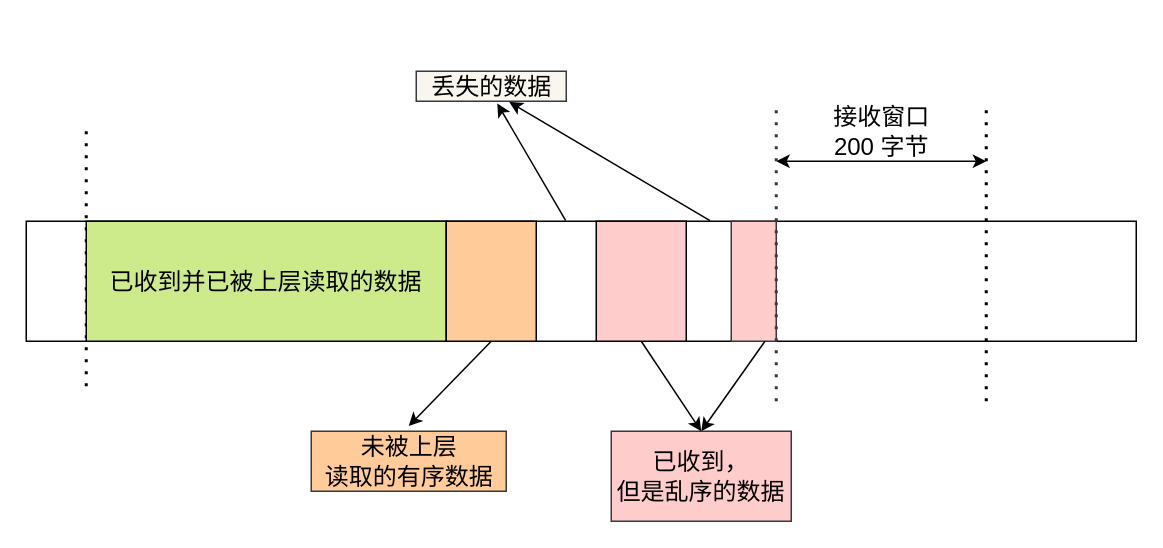
Earlier version of the draw.io diagram 网络/quic/flowcontrol2.drawio (xiaolincoder/ImageHost4). Source tidied: cells renumbered, new cells numbered last; positions are measured from the earlier drawing's top-left corner, leaving out a move shared by most shapes. Both pictures are drawn from the tidied source at 150%, with x=0, y=0 at pixel (26, 70).
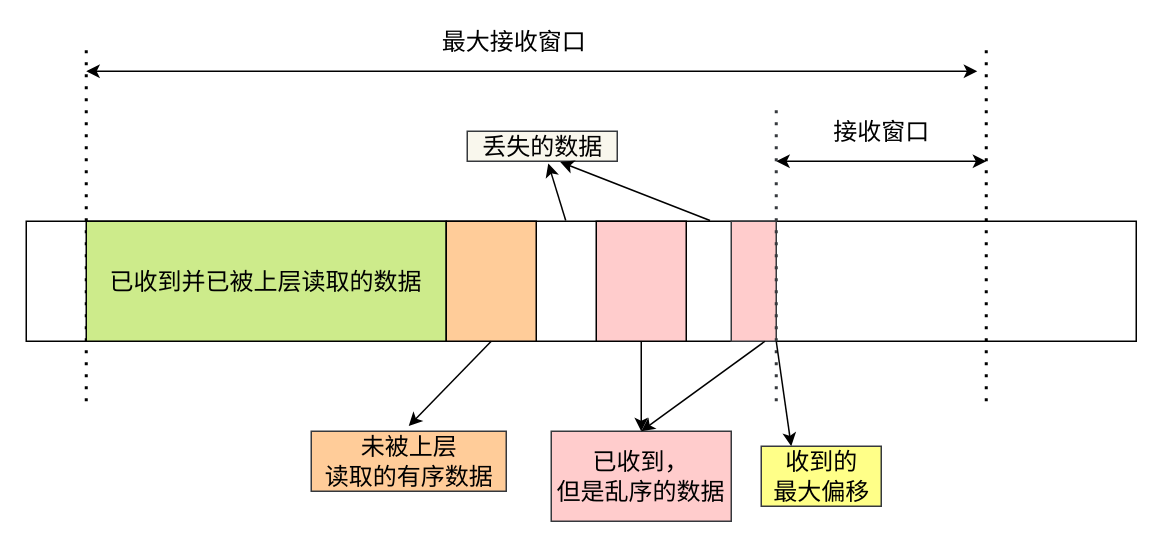
After the change.

Diff of the diagram source:
```diff
@@
     <mxCell id="3" style="endArrow=none;dashed=1;html=1;dashPattern=1 3;strokeWidth=2;rounded=0;" parent="1" edge="1">
       <mxGeometry relative="1" as="geometry">
-        <mxPoint x="40" y="210" as="sourcePoint" />
-        <mxPoint x="40" y="40" as="targetPoint" />
+        <mxPoint x="40" y="220" as="sourcePoint" />
+        <mxPoint x="40" y="-20" as="targetPoint" />
       </mxGeometry>
     </mxCell>
     <mxCell id="4" style="endArrow=none;dashed=1;html=1;dashPattern=1 3;strokeWidth=2;rounded=0;" parent="1" edge="1">
       <mxGeometry relative="1" as="geometry">
         <mxPoint x="640" y="220" as="sourcePoint" />
-        <mxPoint x="640" y="20" as="targetPoint" />
+        <mxPoint x="640" y="-20" as="targetPoint" />
       </mxGeometry>
     </mxCell>
-    <mxCell id="5" value="接收窗口&lt;br&gt;200 字节" style="text;html=1;align=center;verticalAlign=middle;strokeColor=none;fillColor=none;fontSize=16;" parent="1" vertex="1">
-      <mxGeometry x="530" y="20" width="80" height="40" as="geometry" />
+    <mxCell id="5" value="接收窗口" style="text;html=1;align=center;verticalAlign=middle;strokeColor=none;fillColor=none;fontSize=16;" parent="1" vertex="1">
+      <mxGeometry x="530" y="30" width="80" height="20" as="geometry" />
     </mxCell>
@@
     <mxCell id="12" value="丢失的数据" style="text;html=1;align=center;verticalAlign=middle;points=[];strokeColor=#36393d;fillColor=#f9f7ed;fontSize=16;" parent="1" vertex="1">
-      <mxGeometry x="260" width="100" height="20" as="geometry" />
+      <mxGeometry x="294" y="40" width="100" height="20" as="geometry" />
     </mxCell>
@@
     <mxCell id="14" value="已收到，&lt;br&gt;但是乱序的数据" style="rounded=0;whiteSpace=wrap;html=1;fontSize=16;strokeColor=#36393d;fillColor=#ffcccc;" parent="1" vertex="1">
-      <mxGeometry x="390" y="240" width="120" height="60" as="geometry" />
+      <mxGeometry x="350" y="240" width="120" height="60" as="geometry" />
     </mxCell>
@@
+    <mxCell id="20" style="endArrow=classic;startArrow=classic;html=1;rounded=0;fontSize=16;" parent="1" edge="1">
+      <mxGeometry relative="1" as="geometry">
+        <mxPoint x="40" as="sourcePoint" />
+        <mxPoint x="634" as="targetPoint" />
+      </mxGeometry>
+    </mxCell>
+    <mxCell id="21" value="最大接收窗口" style="text;html=1;align=center;verticalAlign=middle;strokeColor=none;fillColor=none;fontSize=16;" parent="1" vertex="1">
+      <mxGeometry x="270" y="-30" width="110" height="20" as="geometry" />
+    </mxCell>
+    <mxCell id="22" style="endArrow=classic;html=1;rounded=0;fontSize=16;" parent="1" edge="1">
+      <mxGeometry relative="1" as="geometry">
+        <mxPoint x="500" y="180" as="sourcePoint" />
+        <mxPoint x="510" y="250" as="targetPoint" />
+      </mxGeometry>
+    </mxCell>
+    <mxCell id="23" value="收到的&lt;br&gt;最大偏移" style="text;html=1;align=center;verticalAlign=middle;strokeColor=#36393d;fillColor=#ffff88;fontSize=16;" parent="1" vertex="1">
+      <mxGeometry x="490" y="250" width="80" height="40" as="geometry" />
+    </mxCell>
```
